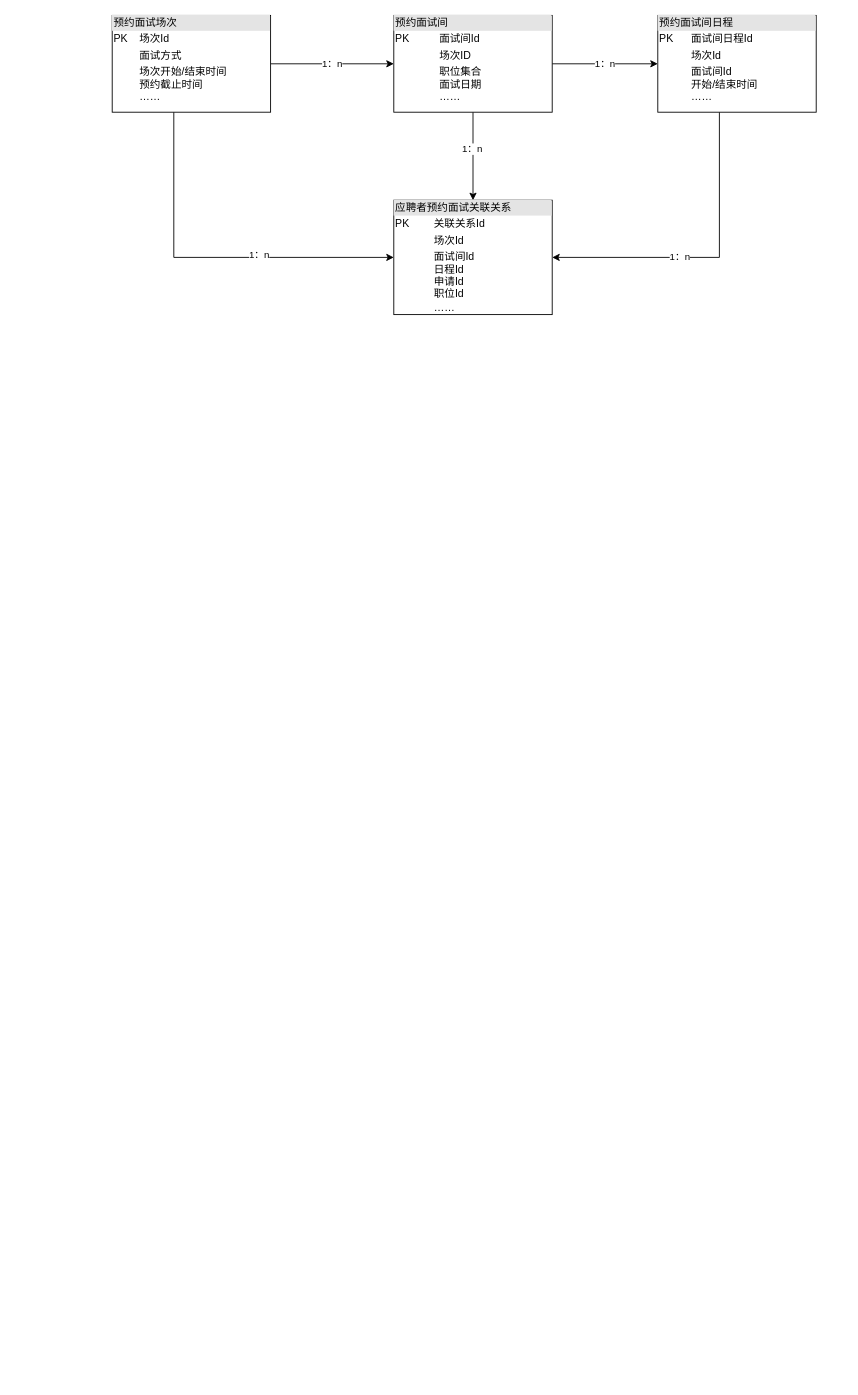
The draw.io diagram Untitled Diagram.drawio in mozhu33/Diagrams, before the edit. Source tidied: cells renumbered, new cells numbered last; positions are measured from the earlier drawing's top-left corner, leaving out a move shared by most shapes. Both pictures are drawn from the tidied source at 88%, with x=0, y=0 at pixel (112, 15).
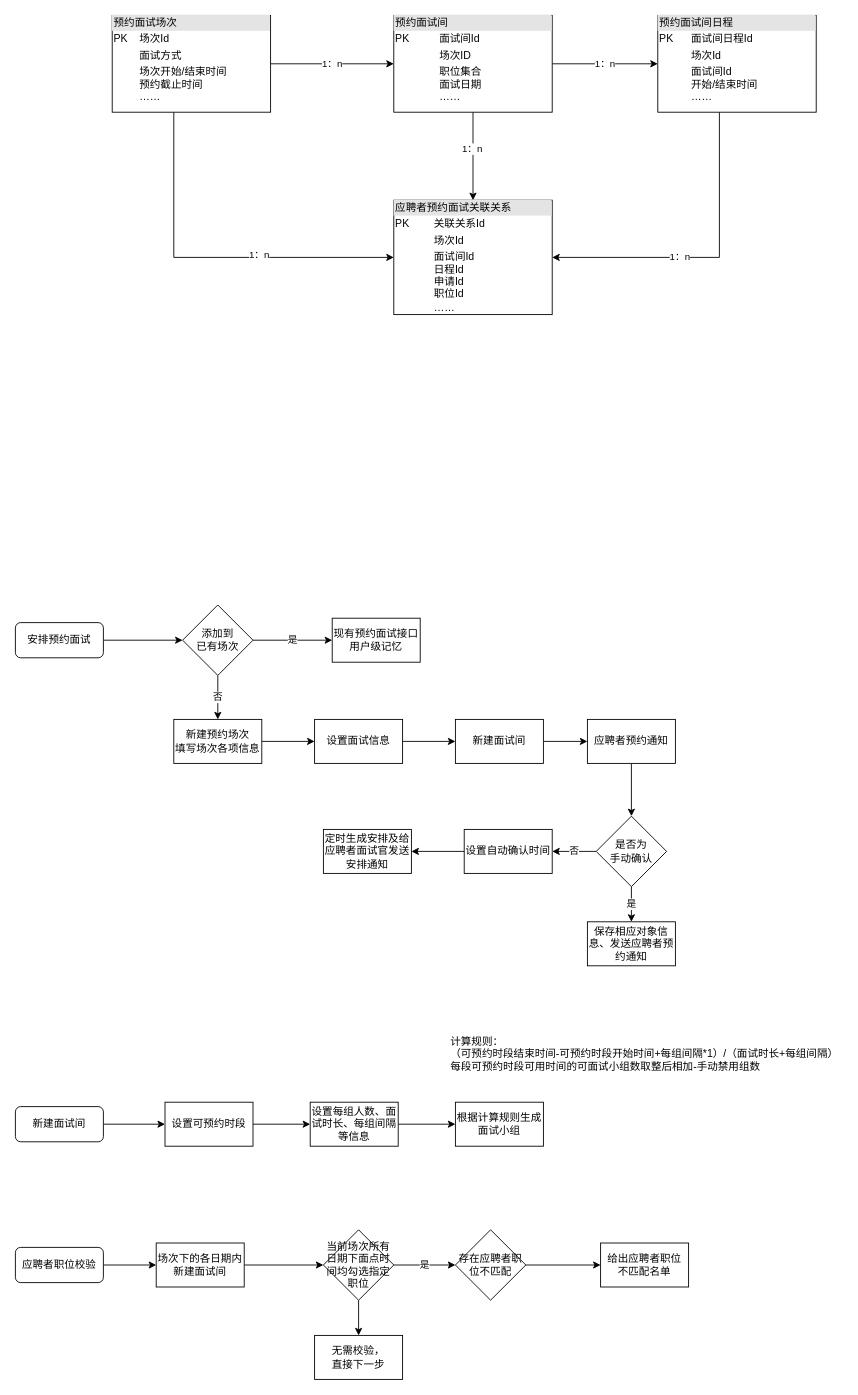
After the change.

The edit, as a diff of the source:
```diff
@@
+    <mxCell id="14" style="edgeStyle=orthogonalEdgeStyle;rounded=0;jettySize=auto;html=1;" parent="1" edge="1" source="15" target="18">
+      <mxGeometry relative="1" as="geometry" />
+    </mxCell>
+    <mxCell id="15" value="安排预约面试" style="rounded=1;whiteSpace=wrap;html=1;" parent="1" vertex="1">
+      <mxGeometry x="-110" y="690" width="100" height="40" as="geometry" />
+    </mxCell>
+    <mxCell id="16" value="是" style="edgeStyle=orthogonalEdgeStyle;rounded=0;jettySize=auto;html=1;" parent="1" edge="1" source="18" target="19">
+      <mxGeometry relative="1" as="geometry" />
+    </mxCell>
+    <mxCell id="17" value="否" style="edgeStyle=orthogonalEdgeStyle;rounded=0;jettySize=auto;html=1;" parent="1" edge="1" source="18" target="21">
+      <mxGeometry relative="1" as="geometry" />
+    </mxCell>
+    <mxCell id="18" value="添加到&lt;br&gt;已有场次" style="rhombus;whiteSpace=wrap;html=1;" parent="1" vertex="1">
+      <mxGeometry x="80" y="670" width="80" height="80" as="geometry" />
+    </mxCell>
+    <mxCell id="19" value="现有预约面试接口&lt;br&gt;用户级记忆" style="rounded=0;whiteSpace=wrap;html=1;" parent="1" vertex="1">
+      <mxGeometry x="250" y="685" width="100" height="50" as="geometry" />
+    </mxCell>
+    <mxCell id="20" style="edgeStyle=orthogonalEdgeStyle;rounded=0;jettySize=auto;html=1;" parent="1" edge="1" source="21" target="23">
+      <mxGeometry relative="1" as="geometry" />
+    </mxCell>
+    <mxCell id="21" value="新建预约场次&lt;br&gt;填写场次各项信息" style="rounded=0;whiteSpace=wrap;html=1;" parent="1" vertex="1">
+      <mxGeometry x="70" y="800" width="100" height="50" as="geometry" />
+    </mxCell>
+    <mxCell id="22" style="edgeStyle=orthogonalEdgeStyle;rounded=0;jettySize=auto;html=1;" parent="1" edge="1" source="23" target="25">
+      <mxGeometry relative="1" as="geometry" />
+    </mxCell>
+    <mxCell id="23" value="设置面试信息" style="rounded=0;whiteSpace=wrap;html=1;" parent="1" vertex="1">
+      <mxGeometry x="230" y="800" width="100" height="50" as="geometry" />
+    </mxCell>
+    <mxCell id="24" style="edgeStyle=orthogonalEdgeStyle;rounded=0;jettySize=auto;html=1;" parent="1" edge="1" source="25" target="27">
+      <mxGeometry relative="1" as="geometry" />
+    </mxCell>
+    <mxCell id="25" value="新建面试间" style="rounded=0;whiteSpace=wrap;html=1;" parent="1" vertex="1">
+      <mxGeometry x="390" y="800" width="100" height="50" as="geometry" />
+    </mxCell>
+    <mxCell id="26" style="edgeStyle=orthogonalEdgeStyle;rounded=0;jettySize=auto;html=1;" parent="1" edge="1" source="27" target="30">
+      <mxGeometry relative="1" as="geometry" />
+    </mxCell>
+    <mxCell id="27" value="应聘者预约通知" style="rounded=0;whiteSpace=wrap;html=1;" parent="1" vertex="1">
+      <mxGeometry x="540" y="800" width="100" height="50" as="geometry" />
+    </mxCell>
+    <mxCell id="28" value="是" style="edgeStyle=orthogonalEdgeStyle;rounded=0;jettySize=auto;html=1;" parent="1" edge="1" source="30" target="31">
+      <mxGeometry relative="1" as="geometry" />
+    </mxCell>
+    <mxCell id="29" value="否" style="edgeStyle=orthogonalEdgeStyle;rounded=0;jettySize=auto;html=1;" parent="1" edge="1" source="30" target="33">
+      <mxGeometry relative="1" as="geometry" />
+    </mxCell>
+    <mxCell id="30" value="是否为&lt;br&gt;手动确认" style="rhombus;whiteSpace=wrap;html=1;" parent="1" vertex="1">
+      <mxGeometry x="550" y="910" width="80" height="80" as="geometry" />
+    </mxCell>
+    <mxCell id="31" value="保存相应对象信息、发送应聘者预约通知" style="rounded=0;whiteSpace=wrap;html=1;" parent="1" vertex="1">
+      <mxGeometry x="540" y="1030" width="100" height="50" as="geometry" />
+    </mxCell>
+    <mxCell id="32" style="edgeStyle=orthogonalEdgeStyle;rounded=0;jettySize=auto;html=1;" parent="1" edge="1" source="33" target="34">
+      <mxGeometry relative="1" as="geometry" />
+    </mxCell>
+    <mxCell id="33" value="设置自动确认时间" style="rounded=0;whiteSpace=wrap;html=1;" parent="1" vertex="1">
+      <mxGeometry x="400" y="925" width="100" height="50" as="geometry" />
+    </mxCell>
+    <mxCell id="34" value="定时生成安排及给应聘者面试官发送安排通知" style="rounded=0;whiteSpace=wrap;html=1;" parent="1" vertex="1">
+      <mxGeometry x="240" y="925" width="100" height="50" as="geometry" />
+    </mxCell>
+    <mxCell id="35" style="edgeStyle=orthogonalEdgeStyle;rounded=0;jettySize=auto;html=1;" parent="1" edge="1" source="36" target="38">
+      <mxGeometry relative="1" as="geometry" />
+    </mxCell>
+    <mxCell id="36" value="新建面试间" style="rounded=1;whiteSpace=wrap;html=1;" parent="1" vertex="1">
+      <mxGeometry x="-110" y="1240" width="100" height="40" as="geometry" />
+    </mxCell>
+    <mxCell id="37" style="edgeStyle=orthogonalEdgeStyle;rounded=0;jettySize=auto;html=1;" parent="1" edge="1" source="38" target="41">
+      <mxGeometry relative="1" as="geometry" />
+    </mxCell>
+    <mxCell id="38" value="设置可预约时段" style="rounded=0;whiteSpace=wrap;html=1;" parent="1" vertex="1">
+      <mxGeometry x="60" y="1235" width="100" height="50" as="geometry" />
+    </mxCell>
+    <mxCell id="39" value="根据计算规则生成面试小组" style="rounded=0;whiteSpace=wrap;html=1;" parent="1" vertex="1">
+      <mxGeometry x="390" y="1235" width="100" height="50" as="geometry" />
+    </mxCell>
+    <mxCell id="40" style="edgeStyle=orthogonalEdgeStyle;rounded=0;jettySize=auto;html=1;" parent="1" edge="1" source="41" target="39">
+      <mxGeometry relative="1" as="geometry" />
+    </mxCell>
+    <mxCell id="41" value="设置每组人数、面试时长、每组间隔等信息" style="rounded=0;whiteSpace=wrap;html=1;" parent="1" vertex="1">
+      <mxGeometry x="225" y="1235" width="100" height="50" as="geometry" />
+    </mxCell>
+    <mxCell id="42" value="&lt;div style=&quot;text-align: left&quot;&gt;&lt;span&gt;计算规则：&lt;/span&gt;&lt;/div&gt;&lt;div style=&quot;text-align: left&quot;&gt;&lt;span&gt;（可预约时段结束时间-可预约时段开始时间+每组间隔*1）/（面试时长+每组间隔）&lt;/span&gt;&lt;/div&gt;&lt;div style=&quot;text-align: left&quot;&gt;&lt;span&gt;每段可预约时段可用时间的可面试小组数取整后相加-手动禁用组数&lt;/span&gt;&lt;/div&gt;" style="text;html=1;strokeColor=none;fillColor=none;align=center;verticalAlign=middle;whiteSpace=wrap;rounded=0;" parent="1" vertex="1">
+      <mxGeometry x="380" y="1140" width="450" height="80" as="geometry" />
+    </mxCell>
+    <mxCell id="43" style="edgeStyle=orthogonalEdgeStyle;rounded=0;jettySize=auto;html=1;" parent="1" edge="1" source="44" target="46">
+      <mxGeometry relative="1" as="geometry" />
+    </mxCell>
+    <mxCell id="44" value="应聘者职位校验" style="rounded=1;whiteSpace=wrap;html=1;" parent="1" vertex="1">
+      <mxGeometry x="-110" y="1400" width="100" height="40" as="geometry" />
+    </mxCell>
+    <mxCell id="45" style="edgeStyle=orthogonalEdgeStyle;rounded=0;jettySize=auto;html=1;" parent="1" edge="1" source="46" target="49">
+      <mxGeometry relative="1" as="geometry" />
+    </mxCell>
+    <mxCell id="46" value="场次下的各日期内新建面试间" style="rounded=0;whiteSpace=wrap;html=1;" parent="1" vertex="1">
+      <mxGeometry x="50" y="1395" width="100" height="50" as="geometry" />
+    </mxCell>
+    <mxCell id="47" value="是" style="edgeStyle=orthogonalEdgeStyle;rounded=0;jettySize=auto;html=1;" parent="1" edge="1" source="49" target="51">
+      <mxGeometry relative="1" as="geometry" />
+    </mxCell>
+    <mxCell id="48" style="edgeStyle=orthogonalEdgeStyle;rounded=0;jettySize=auto;html=1;" parent="1" edge="1" source="49" target="53">
+      <mxGeometry relative="1" as="geometry" />
+    </mxCell>
+    <mxCell id="49" value="当前场次所有日期下面点时间均勾选指定职位" style="rhombus;whiteSpace=wrap;html=1;" parent="1" vertex="1">
+      <mxGeometry x="240" y="1380" width="80" height="80" as="geometry" />
+    </mxCell>
+    <mxCell id="50" style="edgeStyle=orthogonalEdgeStyle;rounded=0;jettySize=auto;html=1;" parent="1" edge="1" source="51" target="52">
+      <mxGeometry relative="1" as="geometry" />
+    </mxCell>
+    <mxCell id="51" value="存在应聘者职位不匹配" style="rhombus;whiteSpace=wrap;html=1;" parent="1" vertex="1">
+      <mxGeometry x="390" y="1380" width="80" height="80" as="geometry" />
+    </mxCell>
+    <mxCell id="52" value="给出应聘者职位&lt;br&gt;不匹配名单" style="rounded=0;whiteSpace=wrap;html=1;" parent="1" vertex="1">
+      <mxGeometry x="555" y="1395" width="100" height="50" as="geometry" />
+    </mxCell>
+    <mxCell id="53" value="无需校验，&lt;br&gt;直接下一步" style="rounded=0;whiteSpace=wrap;html=1;" parent="1" vertex="1">
+      <mxGeometry x="230" y="1500" width="100" height="50" as="geometry" />
+    </mxCell>
```
